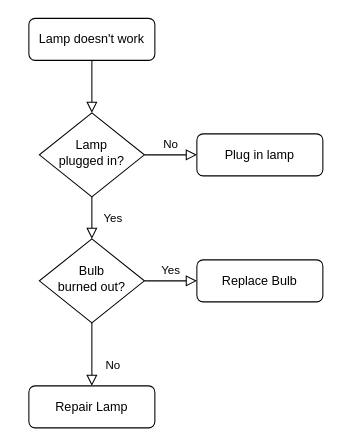
Before: server.drawio in riku7032/draw, a draw.io diagram. Source tidied: cells renumbered, new cells numbered last; positions are measured from the earlier drawing's top-left corner, leaving out a move shared by most shapes. Both pictures are drawn from the tidied source at 105%, with x=0, y=0 at pixel (28, 18).
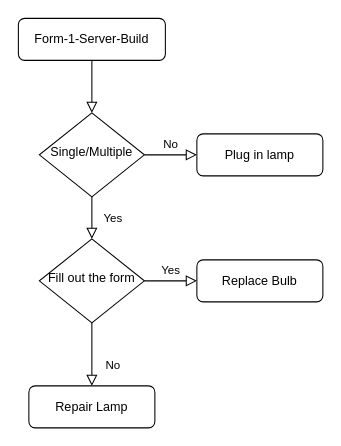
After the change.

What changed in the source:
```diff
@@
 <mxGraphModel>
   <root>
     <mxCell id="0" />
     <mxCell id="1" parent="0" />
     <mxCell id="2" style="rounded=0;html=1;jettySize=auto;fontSize=11;endArrow=block;endFill=0;endSize=8;strokeWidth=1;shadow=0;labelBackgroundColor=none;edgeStyle=orthogonalEdgeStyle;" parent="1" edge="1" source="3" target="6">
       <mxGeometry relative="1" as="geometry" />
     </mxCell>
-    <mxCell id="3" value="Lamp doesn't work" style="rounded=1;whiteSpace=wrap;html=1;fontSize=12;glass=0;strokeWidth=1;shadow=0;" parent="1" vertex="1">
-      <mxGeometry width="120" height="40" as="geometry" />
+    <mxCell id="3" value="Form-1-Server-Build" style="rounded=1;whiteSpace=wrap;html=1;fontSize=12;glass=0;strokeWidth=1;shadow=0;" parent="1" vertex="1">
+      <mxGeometry x="-10" width="140" height="40" as="geometry" />
     </mxCell>
     <mxCell id="4" value="Yes" style="rounded=0;html=1;jettySize=auto;fontSize=11;endArrow=block;endFill=0;endSize=8;strokeWidth=1;shadow=0;labelBackgroundColor=none;edgeStyle=orthogonalEdgeStyle;" parent="1" edge="1" source="6" target="10">
       <mxGeometry y="20" relative="1" as="geometry" />
     </mxCell>
     <mxCell id="5" value="No" style="edgeStyle=orthogonalEdgeStyle;rounded=0;html=1;jettySize=auto;fontSize=11;endArrow=block;endFill=0;endSize=8;strokeWidth=1;shadow=0;labelBackgroundColor=none;" parent="1" edge="1" source="6" target="7">
       <mxGeometry y="10" relative="1" as="geometry" />
     </mxCell>
-    <mxCell id="6" value="Lamp&lt;br&gt;plugged in?" style="rhombus;whiteSpace=wrap;html=1;shadow=0;fontFamily=Helvetica;fontSize=12;align=center;strokeWidth=1;spacing=6;spacingTop=-4;" parent="1" vertex="1">
+    <mxCell id="6" value="Single/Multiple" style="rhombus;whiteSpace=wrap;html=1;shadow=0;fontFamily=Helvetica;fontSize=12;align=center;strokeWidth=1;spacing=6;spacingTop=-4;" parent="1" vertex="1">
       <mxGeometry x="10" y="90" width="100" height="80" as="geometry" />
     </mxCell>
     <mxCell id="7" value="Plug in lamp" style="rounded=1;whiteSpace=wrap;html=1;fontSize=12;glass=0;strokeWidth=1;shadow=0;" parent="1" vertex="1">
       <mxGeometry x="160" y="110" width="120" height="40" as="geometry" />
     </mxCell>
     <mxCell id="8" value="No" style="rounded=0;html=1;jettySize=auto;fontSize=11;endArrow=block;endFill=0;endSize=8;strokeWidth=1;shadow=0;labelBackgroundColor=none;edgeStyle=orthogonalEdgeStyle;" parent="1" edge="1" source="10" target="11">
       <mxGeometry x="0.33" y="20" relative="1" as="geometry" />
     </mxCell>
     <mxCell id="9" value="Yes" style="edgeStyle=orthogonalEdgeStyle;rounded=0;html=1;jettySize=auto;fontSize=11;endArrow=block;endFill=0;endSize=8;strokeWidth=1;shadow=0;labelBackgroundColor=none;" parent="1" edge="1" source="10" target="12">
       <mxGeometry y="10" relative="1" as="geometry" />
     </mxCell>
-    <mxCell id="10" value="Bulb&lt;br&gt;burned out?" style="rhombus;whiteSpace=wrap;html=1;shadow=0;fontFamily=Helvetica;fontSize=12;align=center;strokeWidth=1;spacing=6;spacingTop=-4;" parent="1" vertex="1">
+    <mxCell id="10" value="Fill out the form" style="rhombus;whiteSpace=wrap;html=1;shadow=0;fontFamily=Helvetica;fontSize=12;align=center;strokeWidth=1;spacing=6;spacingTop=-4;" parent="1" vertex="1">
       <mxGeometry x="10" y="210" width="100" height="80" as="geometry" />
     </mxCell>
     <mxCell id="11" value="Repair Lamp" style="rounded=1;whiteSpace=wrap;html=1;fontSize=12;glass=0;strokeWidth=1;shadow=0;" parent="1" vertex="1">
       <mxGeometry y="350" width="120" height="40" as="geometry" />
     </mxCell>
     <mxCell id="12" value="Replace Bulb" style="rounded=1;whiteSpace=wrap;html=1;fontSize=12;glass=0;strokeWidth=1;shadow=0;" parent="1" vertex="1">
       <mxGeometry x="160" y="230" width="120" height="40" as="geometry" />
     </mxCell>
   </root>
 </mxGraphModel>
```
